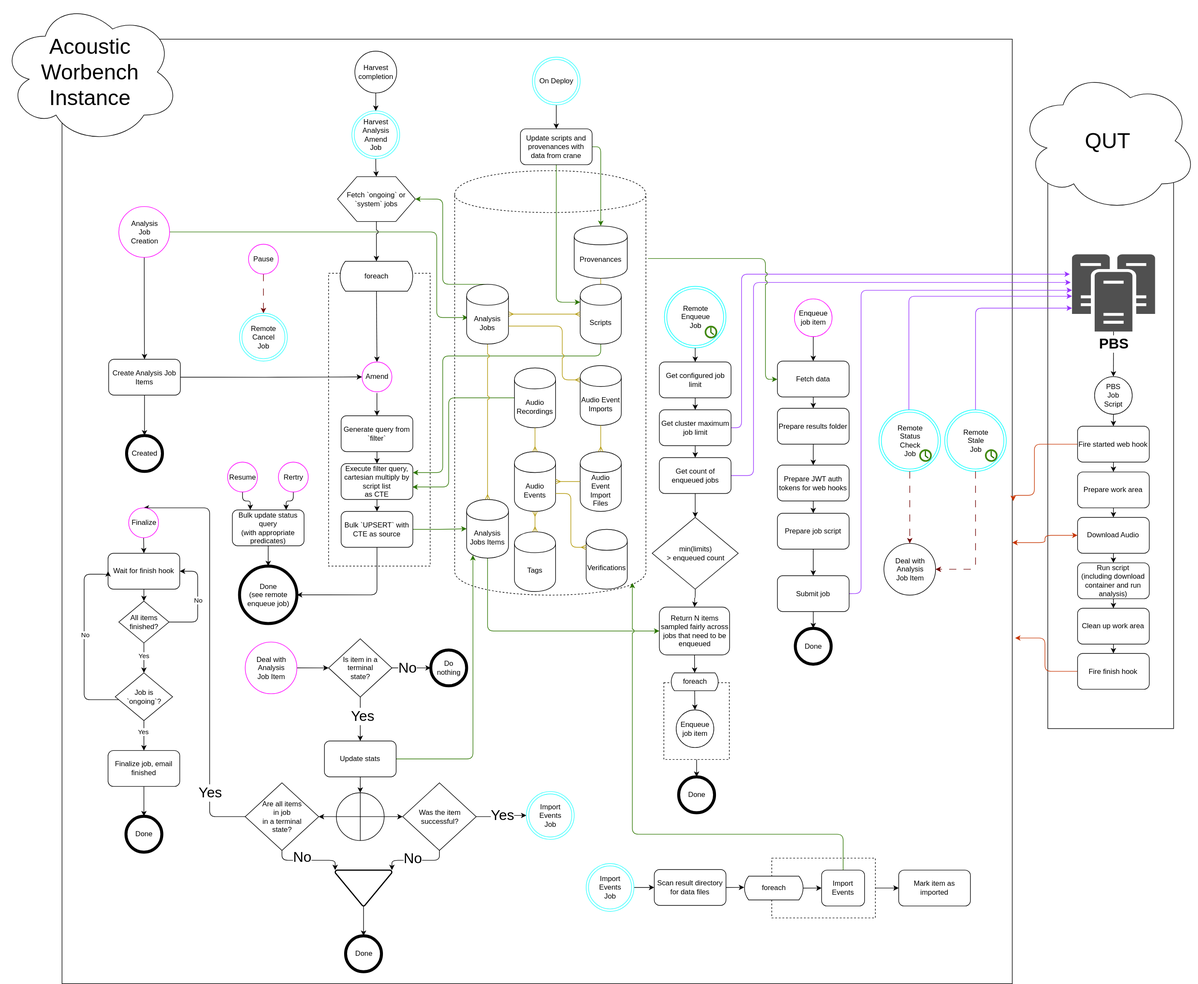
QutEcoacoustics/workbench keeps this draw.io diagram as system_documentation/media/analysis_system.drawio.svg. Above is the earlier version. Source tidied: cells renumbered, new cells last; positions are measured from the earlier drawing's top-left corner, leaving out a move shared by most shapes.
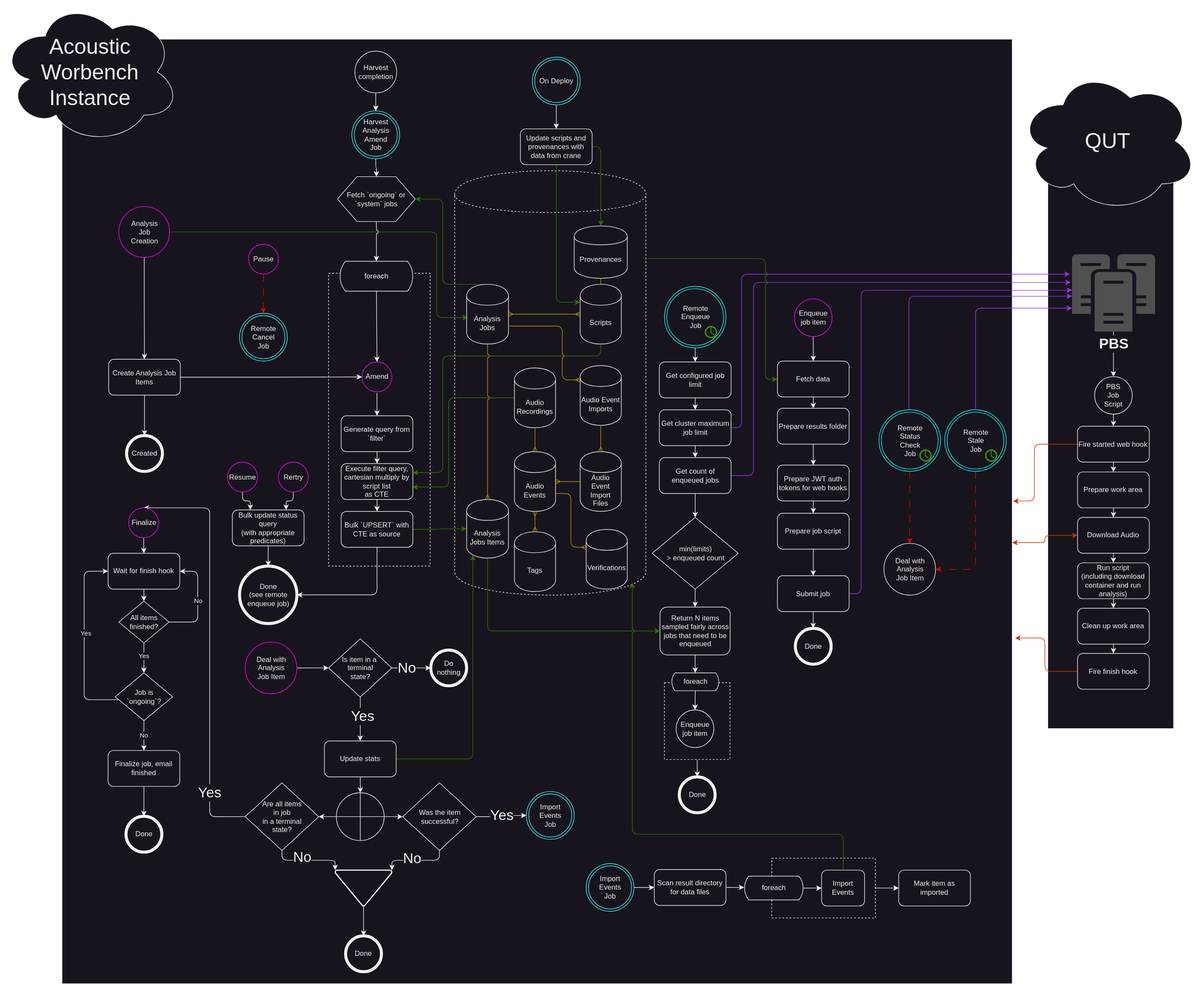
Later version of the same file.

The edit, as a diff of the source:
```diff
@@ -21,7 +21,7 @@
       <mxGeometry x="18.1" width="124" height="50" as="geometry" />
     </mxCell>
     <mxCell id="8" style="group;dashed=1;" parent="1" vertex="1">
-      <mxGeometry x="1110" y="1125" width="109.6" height="145" as="geometry" />
+      <mxGeometry x="1111" y="1125" width="109.6" height="145" as="geometry" />
     </mxCell>
     <mxCell id="9" style="whiteSpace=wrap;html=1;dashed=1;" parent="8" vertex="1">
       <mxGeometry y="16.5" width="109.6" height="128.5" as="geometry" />
@@ -147,7 +147,7 @@
     <mxCell id="42" value="Wait for finish hook" style="whiteSpace=wrap;html=1;rounded=1;" parent="1" vertex="1">
       <mxGeometry x="180" y="925" width="120" height="60" as="geometry" />
     </mxCell>
-    <mxCell id="43" style="edgeStyle=orthogonalEdgeStyle;jumpStyle=arc;html=1;entryX=0.5;entryY=0;entryDx=0;entryDy=0;startArrow=none;startFill=0;endArrow=classic;endFill=1;dashed=1;dashPattern=12 12;fillColor=#a20025;strokeColor=#6F0000;" parent="1" edge="1" source="44" target="124">
+    <mxCell id="43" style="edgeStyle=orthogonalEdgeStyle;jumpStyle=arc;html=1;entryX=0.5;entryY=0;entryDx=0;entryDy=0;startArrow=none;startFill=0;endArrow=classic;endFill=1;dashed=1;dashPattern=12 12;fillColor=#a20025;strokeColor=#EB0000;" parent="1" edge="1" source="44" target="124">
       <mxGeometry relative="1" as="geometry" />
     </mxCell>
     <mxCell id="44" value="Pause" style="shape=ellipse;html=1;dashed=0;whitespace=wrap;perimeter=ellipsePerimeter;strokeColor=#FF00FF;" parent="1" vertex="1">
@@ -191,24 +191,20 @@
     <mxCell id="55" value="All items&lt;br&gt;finished?" style="shape=rhombus;html=1;dashed=0;whitespace=wrap;perimeter=rhombusPerimeter;" parent="1" vertex="1">
       <mxGeometry x="198" y="1005" width="84" height="70" as="geometry" />
     </mxCell>
-    <mxCell id="56" style="edgeStyle=orthogonalEdgeStyle;jumpStyle=gap;html=1;entryX=0.5;entryY=0;entryDx=0;entryDy=0;startArrow=none;startFill=0;endArrow=classic;endFill=1;" parent="1" edge="1" source="60" target="50">
+    <mxCell id="56" value="No" style="edgeStyle=orthogonalEdgeStyle;jumpStyle=gap;html=1;entryX=0.5;entryY=0;entryDx=0;entryDy=0;startArrow=none;startFill=0;endArrow=classic;endFill=1;" parent="1" edge="1" source="60" target="50">
       <mxGeometry relative="1" as="geometry" />
     </mxCell>
+    <mxCell id="58" style="edgeStyle=orthogonalEdgeStyle;jumpStyle=gap;html=1;entryX=0;entryY=0.5;entryDx=0;entryDy=0;startArrow=none;startFill=0;endArrow=classic;endFill=1;" parent="1" edge="1" source="60" target="42">
+      <mxGeometry relative="1" as="geometry">
+        <Array as="points">
+          <mxPoint x="140" y="1170" />
+          <mxPoint x="140" y="955" />
+        </Array>
+      </mxGeometry>
+    </mxCell>
-    <mxCell id="57" value="Yes" style="edgeLabel;html=1;align=center;verticalAlign=middle;" parent="56" vertex="1">
-      <mxGeometry x="-0.28" y="-2" relative="1" as="geometry" />
+    <mxCell id="57" value="Yes" style="edgeLabel;html=1;align=center;verticalAlign=middle;" parent="58" vertex="1">
+      <mxGeometry x="0.09" y="-2" relative="1" as="geometry" />
     </mxCell>
-    <mxCell id="58" style="edgeStyle=orthogonalEdgeStyle;jumpStyle=gap;html=1;entryX=0;entryY=0.5;entryDx=0;entryDy=0;startArrow=none;startFill=0;endArrow=classic;endFill=1;" parent="1" edge="1" source="60" target="42">
-      <mxGeometry relative="1" as="geometry">
-        <Array as="points">
-          <mxPoint x="140" y="1170" />
-          <mxPoint x="140" y="960" />
-          <mxPoint x="180" y="960" />
-        </Array>
-      </mxGeometry>
-    </mxCell>
-    <mxCell id="59" value="No" style="edgeLabel;html=1;align=center;verticalAlign=middle;" parent="58" vertex="1">
-      <mxGeometry x="0.06" y="-1" relative="1" as="geometry" />
-    </mxCell>
     <mxCell id="60" value="Job is&lt;br&gt;`ongoing`?" style="shape=rhombus;html=1;dashed=0;whitespace=wrap;perimeter=rhombusPerimeter;" parent="1" vertex="1">
       <mxGeometry x="192" y="1125" width="96" height="80" as="geometry" />
     </mxCell>
@@ -219,7 +215,7 @@
       <mxGeometry relative="1" as="geometry" />
     </mxCell>
     <mxCell id="63" value="Return N items sampled fairly across jobs that need to be enqueued" style="rounded=1;whiteSpace=wrap;html=1;" parent="1" vertex="1">
-      <mxGeometry x="1102.5" y="1015" width="117.5" height="80" as="geometry" />
+      <mxGeometry x="1103.5" y="1015" width="117.5" height="80" as="geometry" />
     </mxCell>
     <mxCell id="64" style="edgeStyle=orthogonalEdgeStyle;jumpStyle=arc;html=1;entryX=0.5;entryY=0;entryDx=0;entryDy=0;startArrow=none;startFill=0;endArrow=classic;endFill=1;" parent="1" edge="1" source="65" target="63">
       <mxGeometry relative="1" as="geometry" />
@@ -273,8 +269,8 @@
     <mxCell id="77" style="edgeStyle=orthogonalEdgeStyle;jumpStyle=arc;html=1;fontSize=24;startArrow=none;startFill=0;endArrow=classic;endFill=1;entryX=1.001;entryY=0.489;entryDx=0;entryDy=0;entryPerimeter=0;fillColor=#fa6800;strokeColor=#C73500;" parent="1" edge="1" source="78" target="3">
       <mxGeometry relative="1" as="geometry">
         <Array as="points">
-          <mxPoint x="1730" y="743" />
-          <mxPoint x="1730" y="828" />
+          <mxPoint x="1730" y="742" />
+          <mxPoint x="1730" y="838" />
         </Array>
       </mxGeometry>
     </mxCell>
@@ -323,7 +319,7 @@
       <mxGeometry relative="1" as="geometry" />
     </mxCell>
     <mxCell id="91" value="Done" style="shape=ellipse;html=1;dashed=0;whitespace=wrap;strokeWidth=5;perimeter=ellipsePerimeter;" parent="1" vertex="1">
-      <mxGeometry x="1134.8" y="1299" width="60" height="60" as="geometry" />
+      <mxGeometry x="1135.8" y="1299" width="60" height="60" as="geometry" />
     </mxCell>
     <mxCell id="92" style="edgeStyle=orthogonalEdgeStyle;jumpStyle=arc;html=1;entryX=0.5;entryY=0;entryDx=0;entryDy=0;startArrow=none;startFill=0;endArrow=classic;endFill=1;" parent="1" edge="1" source="93" target="106">
       <mxGeometry relative="1" as="geometry" />
@@ -481,10 +477,10 @@
     <mxCell id="138" style="edgeStyle=orthogonalEdgeStyle;html=1;exitX=1;exitY=0.7;exitDx=0;exitDy=0;entryX=0;entryY=0.3;entryDx=0;entryDy=0;endArrow=ERmany;endFill=0;jumpStyle=arc;fillColor=#e3c800;strokeColor=#B09500;" parent="1" edge="1" source="130" target="131">
       <mxGeometry relative="1" as="geometry" />
     </mxCell>
-    <mxCell id="139" style="edgeStyle=orthogonalEdgeStyle;jumpStyle=arc;html=1;startArrow=none;startFill=0;endArrow=classic;endFill=1;dashed=1;dashPattern=12 12;entryX=1;entryY=0.5;entryDx=0;entryDy=0;exitX=0.5;exitY=1;exitDx=0;exitDy=0;fillColor=#a20025;strokeColor=#6F0000;" parent="1" edge="1" source="122" target="144">
+    <mxCell id="139" style="edgeStyle=orthogonalEdgeStyle;jumpStyle=arc;html=1;startArrow=none;startFill=0;endArrow=classic;endFill=1;dashed=1;dashPattern=12 12;entryX=1;entryY=0.5;entryDx=0;entryDy=0;exitX=0.5;exitY=1;exitDx=0;exitDy=0;fillColor=#a20025;strokeColor=#EB0000;" parent="1" edge="1" source="122" target="144">
       <mxGeometry relative="1" as="geometry" />
     </mxCell>
-    <mxCell id="140" style="edgeStyle=orthogonalEdgeStyle;jumpStyle=arc;html=1;startArrow=none;startFill=0;endArrow=classic;endFill=1;dashed=1;dashPattern=12 12;exitX=0.5;exitY=1;exitDx=0;exitDy=0;entryX=0.5;entryY=0;entryDx=0;entryDy=0;fillColor=#a20025;strokeColor=#6F0000;" parent="1" edge="1" source="126" target="144">
+    <mxCell id="140" style="edgeStyle=orthogonalEdgeStyle;jumpStyle=arc;html=1;startArrow=none;startFill=0;endArrow=classic;endFill=1;dashed=1;dashPattern=12 12;exitX=0.5;exitY=1;exitDx=0;exitDy=0;entryX=0.5;entryY=0;entryDx=0;entryDy=0;fillColor=#a20025;strokeColor=#EB0000;" parent="1" edge="1" source="126" target="144">
       <mxGeometry relative="1" as="geometry" />
     </mxCell>
     <mxCell id="141" style="edgeStyle=orthogonalEdgeStyle;jumpStyle=arc;html=1;entryX=0.5;entryY=0;entryDx=0;entryDy=0;fontSize=36;startArrow=none;startFill=0;endArrow=classic;endFill=1;" parent="1" edge="1" source="142" target="31">
```
